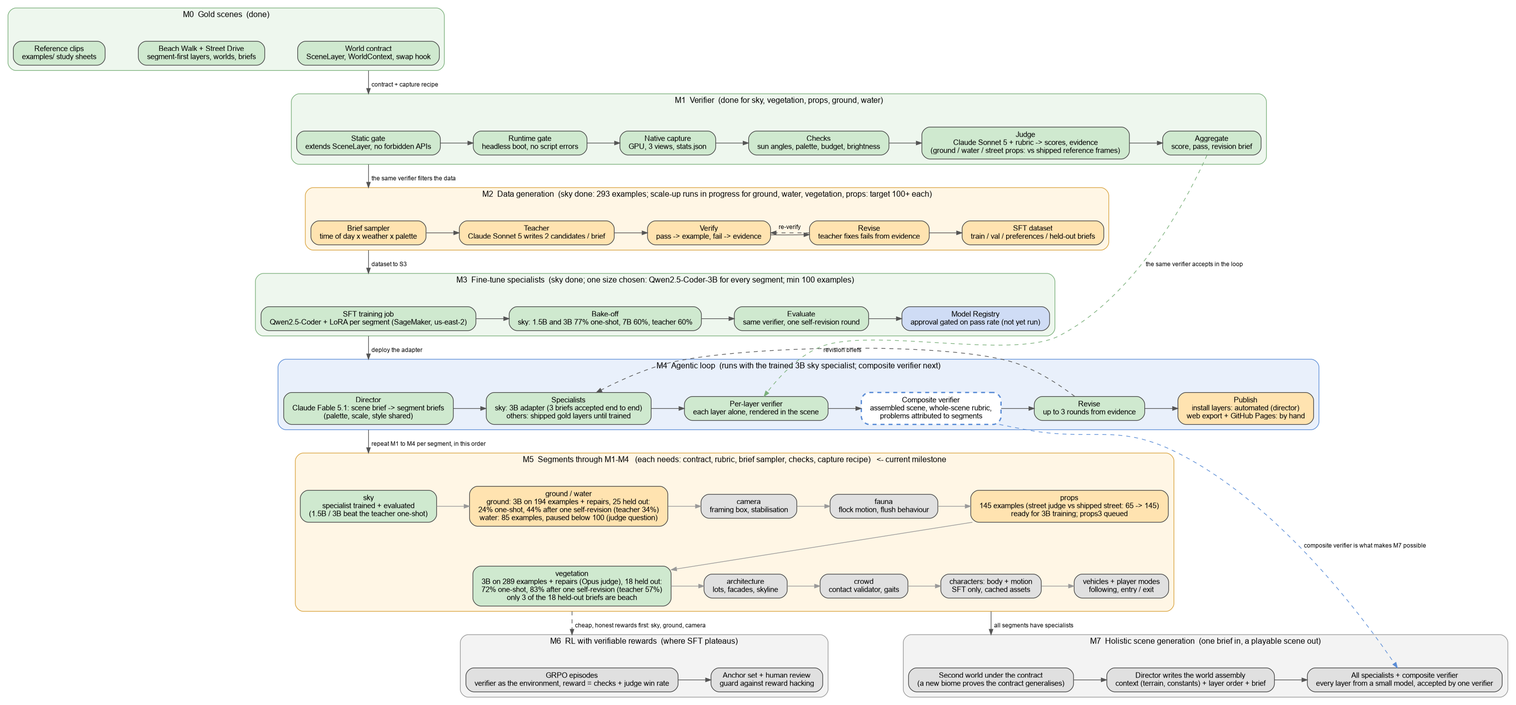
The Graphviz diagram design/pipeline.png in Marc-GenAI-AWS/godot-game, before a commit. Its source is kept beside it as design/pipeline.dot. Its diagram source:
```dot
digraph pipeline {
  rankdir=TB;
  fontname="Helvetica";
  fontsize=12;
  node [shape=box, style="rounded,filled", fontname="Helvetica", fontsize=11, margin="0.18,0.08", color="#444444"];
  edge [color="#555555", arrowsize=0.8, fontname="Helvetica", fontsize=9];
  compound=true;
  nodesep=0.35;
  ranksep=0.7;


  subgraph cluster_m0 {
    label="M0  Gold scenes  (done)"; style="rounded,filled"; fillcolor="#eef7ee"; color="#7bb07b";
    m0a [label="Beach Walk + Street Drive\nsegment-first layers, worlds, briefs", fillcolor="#cfe9cf"];
    m0b [label="Reference clips\nexamples/ study sheets", fillcolor="#cfe9cf"];
    m0c [label="World contract\nSceneLayer, WorldContext, swap hook", fillcolor="#cfe9cf"];
    m0b -> m0a -> m0c [style=invis];
    {rank=same; m0b; m0a; m0c;}
  }

  subgraph cluster_m1 {
    label="M1  Verifier  (done for sky, vegetation, props, ground, water)"; style="rounded,filled"; fillcolor="#eef7ee"; color="#7bb07b";
    v1 [label="Static gate\nextends SceneLayer, no forbidden APIs", fillcolor="#cfe9cf"];
    v2 [label="Runtime gate\nheadless boot, no script errors", fillcolor="#cfe9cf"];
    v3 [label="Native capture\nGPU, 3 views, stats.json", fillcolor="#cfe9cf"];
    v4 [label="Checks\nsun angles, palette, budget, brightness", fillcolor="#cfe9cf"];
    v5 [label="Judge\nClaude Sonnet 5 + rubric -> scores, evidence\n(ground / water / street props: vs shipped reference frames)", fillcolor="#cfe9cf"];
    v6 [label="Aggregate\nscore, pass, revision brief", fillcolor="#cfe9cf"];
    v1 -> v2 -> v3 -> v4 -> v5 -> v6;
    {rank=same; v1; v2; v3; v4; v5; v6;}
  }

  subgraph cluster_m2 {
    label="M2  Data generation  (sky done: 293 examples; scale-up runs in progress for ground, water, vegetation, props: target 100+ each)"; style="rounded,filled"; fillcolor="#fff6e5"; color="#d9a441";
    d1 [label="Brief sampler\ntime of day x weather x palette", fillcolor="#ffe3b0"];
    d2 [label="Teacher\nClaude Sonnet 5 writes 2 candidates / brief", fillcolor="#ffe3b0"];
    d3 [label="Verify\npass -> example, fail -> evidence", fillcolor="#ffe3b0"];
    d4 [label="Revise\nteacher fixes fails from evidence", fillcolor="#ffe3b0"];
    d5 [label="SFT dataset\ntrain / val / preferences / held-out briefs", fillcolor="#ffe3b0"];
    d1 -> d2 -> d3 -> d4 -> d5;
    d4 -> d3 [constraint=false, label="re-verify", style=dashed];
    {rank=same; d1; d2; d3; d4; d5;}
  }

  subgraph cluster_m3 {
    label="M3  Fine-tune specialists  (sky done; one size chosen: Qwen2.5-Coder-3B for every segment; min 100 examples)"; style="rounded,filled"; fillcolor="#eef7ee"; color="#7bb07b";
    t1 [label="SFT training job\nQwen2.5-Coder + LoRA per segment (SageMaker, us-east-2)", fillcolor="#cfe9cf"];
    t2 [label="Bake-off\nsky: 1.5B and 3B 77% one-shot, 7B 60%, teacher 60%", fillcolor="#cfe9cf"];
    t3 [label="Evaluate\nsame verifier, one self-revision round", fillcolor="#cfe9cf"];
    t4 [label="Model Registry\napproval gated on pass rate (not yet run)", fillcolor="#cfdcf5"];
    t1 -> t2 -> t3 -> t4;
    {rank=same; t1; t2; t3; t4;}
  }

  subgraph cluster_m4 {
    label="M4  Agentic loop  (runs with the trained 3B sky specialist; composite verifier next)"; style="rounded,filled"; fillcolor="#e9f0fb"; color="#5b8dd6";
    l1 [label="Director\nClaude Fable 5.1: scene brief -> segment briefs\n(palette, scale, style shared)", fillcolor="#cfe9cf"];
    l2 [label="Specialists\nsky: 3B adapter (3 briefs accepted end to end)\nothers: shipped gold layers until trained", fillcolor="#cfe9cf"];
    l3 [label="Per-layer verifier\neach layer alone, rendered in the scene", fillcolor="#cfe9cf"];
    l3b [label="Composite verifier\nassembled scene, whole-scene rubric,\nproblems attributed to segments", fillcolor="#ffffff", color="#5b8dd6", penwidth=2, style="rounded,filled,dashed"];
    l4 [label="Revise\nup to 3 rounds from evidence", fillcolor="#cfe9cf"];
    l5 [label="Publish\ninstall layers: automated (director)\nweb export + GitHub Pages: by hand", fillcolor="#ffe3b0"];
    l1 -> l2 -> l3 -> l3b -> l4 -> l5;
    l4 -> l2 [constraint=false, label="revision briefs", style=dashed];
    {rank=same; l1; l2; l3; l3b; l4; l5;}
  }

  subgraph cluster_m5 {
    label="M5  Segments through M1-M4   (each needs: contract, rubric, brief sampler, checks, capture recipe)   <- current milestone"; style="rounded,filled"; fillcolor="#fff6e5"; color="#d9a441";
    g0 [label="sky\nspecialist trained + evaluated\n(1.5B / 3B beat the teacher one-shot)", fillcolor="#cfe9cf"];
    g1 [label="ground / water\nground: 3B on 194 examples + repairs, 25 held out:\n24% one-shot, 44% after one self-revision (teacher 34%)\nwater: 85 examples, paused below 100 (judge question)", fillcolor="#ffe3b0"];
    g2 [label="camera\nframing box, stabilisation", fillcolor="#e0e0e0"];
    g3 [label="fauna\nflock motion, flush behaviour", fillcolor="#e0e0e0"];
    g4 [label="props\n145 examples (street judge vs shipped street: 65 -> 145)\nready for 3B training; props3 queued", fillcolor="#ffe3b0"];
    g5 [label="vegetation\n3B on 289 examples + repairs (Opus judge), 18 held out:\n72% one-shot, 83% after one self-revision (teacher 57%)\nonly 3 of the 18 held-out briefs are beach", fillcolor="#cfe9cf"];
    g6 [label="architecture\nlots, facades, skyline", fillcolor="#e0e0e0"];
    g7 [label="crowd\ncontact validator, gaits", fillcolor="#e0e0e0"];
    g8 [label="characters: body + motion\nSFT only, cached assets", fillcolor="#e0e0e0"];
    g9 [label="vehicles + player modes\nfollowing, entry / exit", fillcolor="#e0e0e0"];
    g0 -> g1 -> g2 -> g3 -> g4 [color="#999999"];
    g4 -> g5 -> g6 -> g7 [color="#999999"];
    g7 -> g8 -> g9 [color="#999999"];
    {rank=same; g0; g1; g2; g3; g4;}
    {rank=same; g5; g6; g7; g8; g9;}
  }

  subgraph cluster_m6 {
    label="M6  RL with verifiable rewards  (where SFT plateaus)"; style="rounded,filled"; fillcolor="#f3f3f3"; color="#999999";
    r1 [label="GRPO episodes\nverifier as the environment, reward = checks + judge win rate", fillcolor="#e0e0e0"];
    r2 [label="Anchor set + human review\nguard against reward hacking", fillcolor="#e0e0e0"];
    r1 -> r2;
    {rank=same; r1; r2;}
  }

  subgraph cluster_m7 {
    label="M7  Holistic scene generation  (one brief in, a playable scene out)"; style="rounded,filled"; fillcolor="#f3f3f3"; color="#999999";
    h1 [label="Second world under the contract\n(a new biome proves the contract generalises)", fillcolor="#e0e0e0"];
    h2 [label="Director writes the world assembly\ncontext (terrain, constants) + layer order + brief", fillcolor="#e0e0e0"];
    h3 [label="All specialists + composite verifier\nevery layer from a small model, accepted by one verifier", fillcolor="#e0e0e0"];
    h1 -> h2 -> h3;
    {rank=same; h1; h2; h3;}
  }

  m0c -> v1 [ltail=cluster_m0, lhead=cluster_m1, label="  contract + capture recipe"];
  v1 -> d1 [ltail=cluster_m1, lhead=cluster_m2, label="  the same verifier filters the data"];
  d1 -> t1 [ltail=cluster_m2, lhead=cluster_m3, label="  dataset to S3"];
  t1 -> l1 [ltail=cluster_m3, lhead=cluster_m4, label="  deploy the adapter"];
  l1 -> g0 [ltail=cluster_m4, lhead=cluster_m5, label="  repeat M1 to M4 per segment, in this order"];
  g5 -> r1 [ltail=cluster_m5, lhead=cluster_m6, label="  cheap, honest rewards first: sky, ground, camera", style=dashed];
  g8 -> h1 [ltail=cluster_m5, lhead=cluster_m7, label="  all segments have specialists"];
  v6 -> l3 [style=dashed, color="#7bb07b", label="  the same verifier accepts in the loop", constraint=false];
  l3b -> h3 [style=dashed, color="#5b8dd6", label="  composite verifier is what makes M7 possible", constraint=false];
}
```
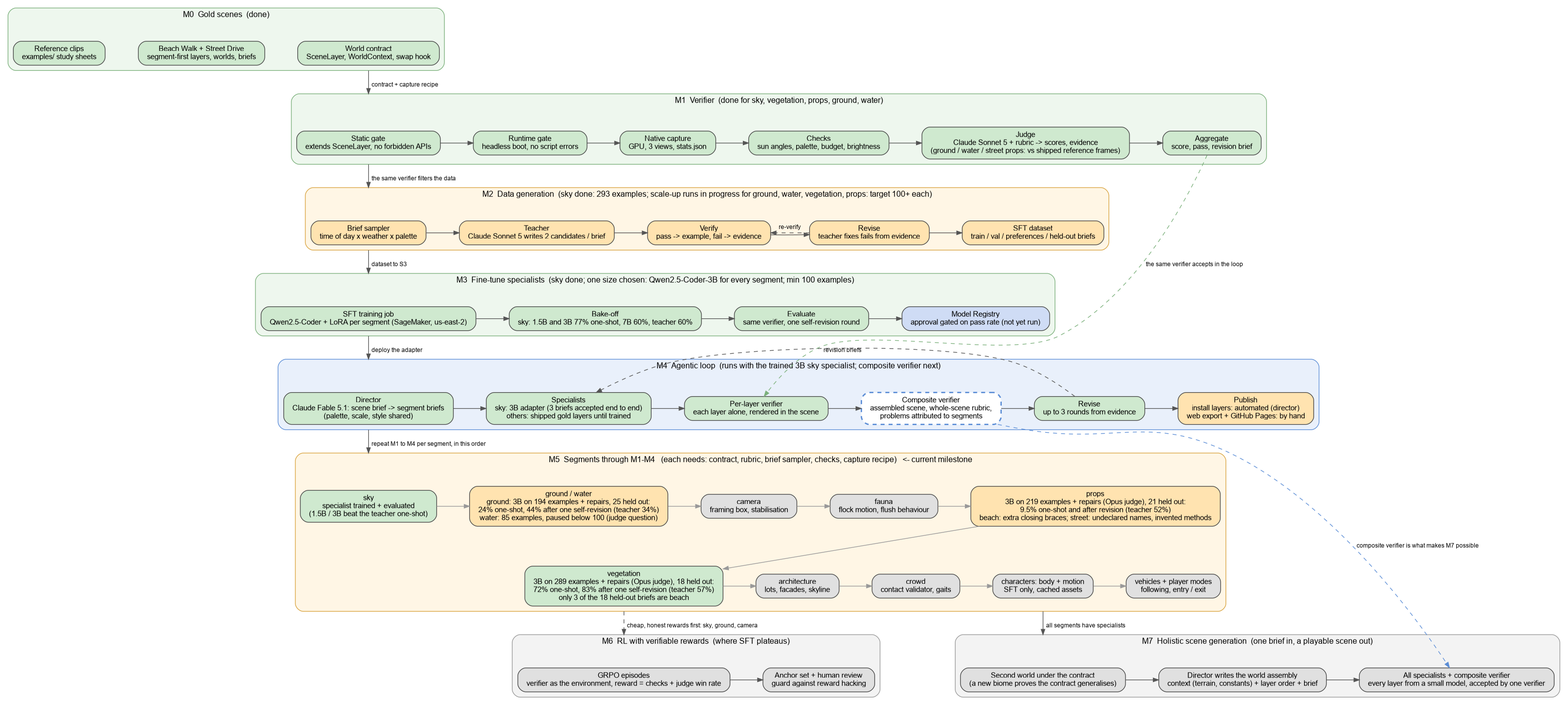
After the commit.

Commit message:
Specialist generation cap 4096 tokens (one props1234 eval output stopped at 3000; props training answers reach ~3,760); milestone diagram: props 3B adapter at 9.5% vs teacher 52% on 21 held-out briefs

The edit, as a diff of the source:
```diff
@@ -71,7 +71,7 @@
     g1 [label="ground / water\nground: 3B on 194 examples + repairs, 25 held out:\n24% one-shot, 44% after one self-revision (teacher 34%)\nwater: 85 examples, paused below 100 (judge question)", fillcolor="#ffe3b0"];
     g2 [label="camera\nframing box, stabilisation", fillcolor="#e0e0e0"];
     g3 [label="fauna\nflock motion, flush behaviour", fillcolor="#e0e0e0"];
-    g4 [label="props\n145 examples (street judge vs shipped street: 65 -> 145)\nready for 3B training; props3 queued", fillcolor="#ffe3b0"];
+    g4 [label="props\n3B on 219 examples + repairs (Opus judge), 21 held out:\n9.5% one-shot and after revision (teacher 52%)\nbeach: extra closing braces; street: undeclared names, invented methods", fillcolor="#ffe3b0"];
     g5 [label="vegetation\n3B on 289 examples + repairs (Opus judge), 18 held out:\n72% one-shot, 83% after one self-revision (teacher 57%)\nonly 3 of the 18 held-out briefs are beach", fillcolor="#cfe9cf"];
     g6 [label="architecture\nlots, facades, skyline", fillcolor="#e0e0e0"];
     g7 [label="crowd\ncontact validator, gaits", fillcolor="#e0e0e0"];
```
